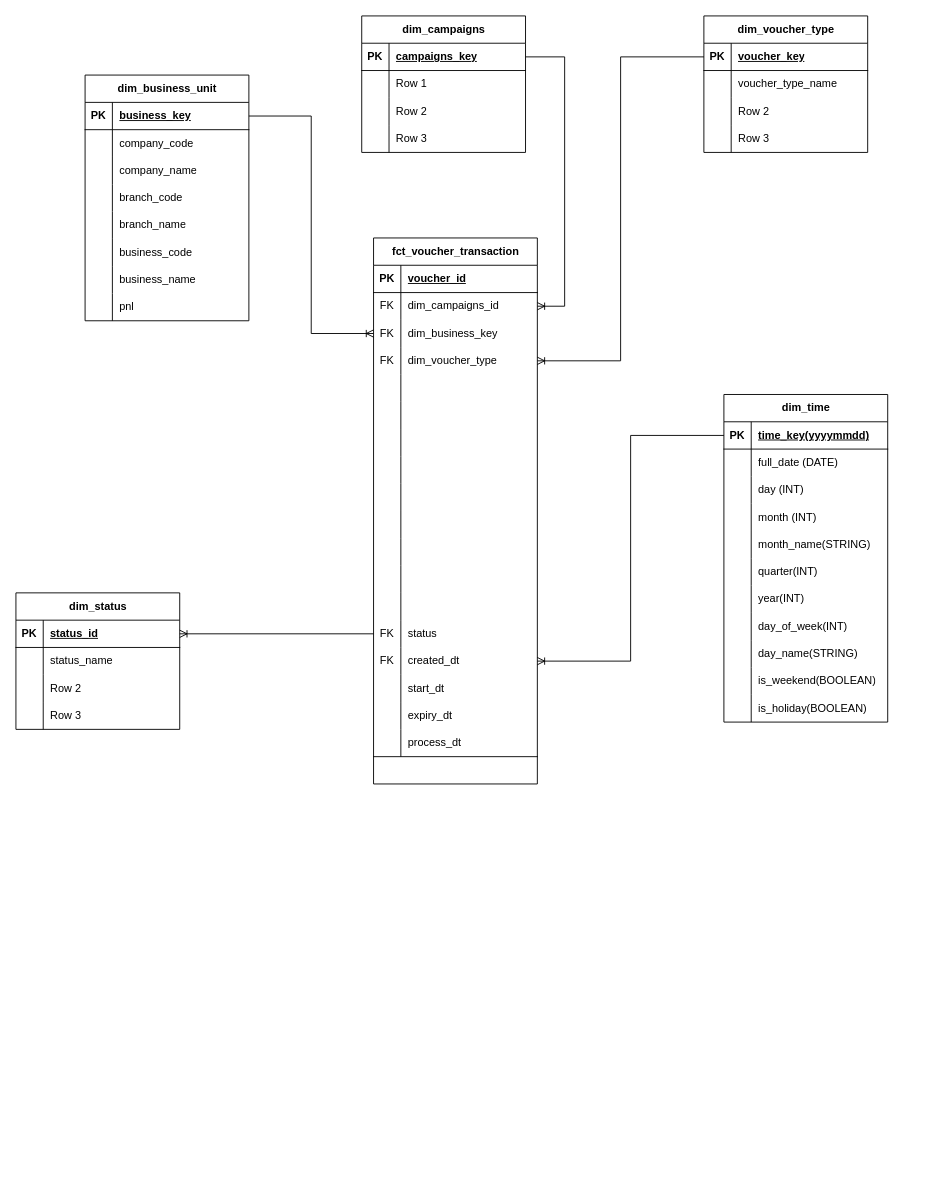
sonnn1505/Studying keeps this draw.io diagram as page "Page-1" (1 of 2) of Untitled Diagram.drawio. Above is the earlier version. Source tidied: cells renumbered, new cells numbered last; positions are measured from the earlier drawing's top-left corner, leaving out a move shared by most shapes. Both pictures are drawn from the tidied source at 91%, with x=0, y=0 at pixel (15, 15).
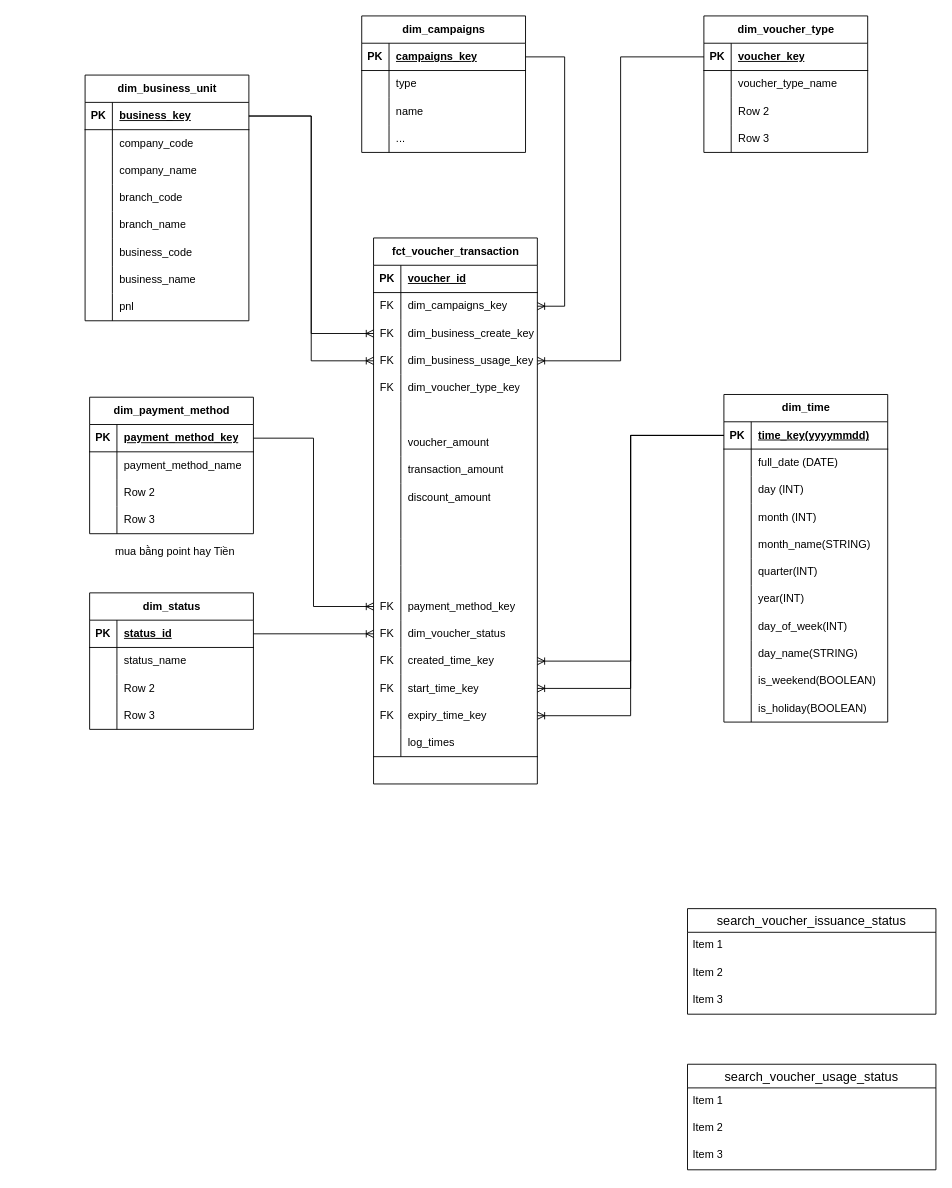
Above is the later version.

Unchanged cells that the change refers to:
```xml
<mxCell id="3" style="shape=tableRow;horizontal=0;startSize=0;swimlaneHead=0;swimlaneBody=0;fillColor=none;points=[[0,0.5],[1,0.5]];portConstraint=eastwest;top=0;left=0;right=0;bottom=1;" parent="2" vertex="1">
  <mxGeometry y="30" width="180" height="30" as="geometry" />
</mxCell>
<mxCell id="40" style="shape=tableRow;horizontal=0;startSize=0;swimlaneHead=0;swimlaneBody=0;fillColor=none;points=[[0,0.5],[1,0.5]];portConstraint=eastwest;top=0;left=0;right=0;bottom=0;" parent="36" vertex="1">
  <mxGeometry y="60" width="180" height="30" as="geometry" />
</mxCell>
<mxCell id="43" style="shape=tableRow;horizontal=0;startSize=0;swimlaneHead=0;swimlaneBody=0;fillColor=none;points=[[0,0.5],[1,0.5]];portConstraint=eastwest;top=0;left=0;right=0;bottom=0;" parent="36" vertex="1">
  <mxGeometry y="90" width="180" height="30" as="geometry" />
</mxCell>
<mxCell id="46" style="shape=tableRow;horizontal=0;startSize=0;swimlaneHead=0;swimlaneBody=0;fillColor=none;points=[[0,0.5],[1,0.5]];portConstraint=eastwest;top=0;left=0;right=0;bottom=0;" parent="36" vertex="1">
  <mxGeometry y="120" width="180" height="30" as="geometry" />
</mxCell>
<mxCell id="49" style="shape=tableRow;horizontal=0;startSize=0;swimlaneHead=0;swimlaneBody=0;fillColor=none;top=0;left=0;right=0;bottom=0;" parent="36" vertex="1">
  <mxGeometry y="150" width="180" height="30" as="geometry" />
</mxCell>
<mxCell id="55" style="shape=tableRow;horizontal=0;startSize=0;swimlaneHead=0;swimlaneBody=0;fillColor=none;top=0;left=0;right=0;bottom=0;" parent="36" vertex="1">
  <mxGeometry y="210" width="180" height="30" as="geometry" />
</mxCell>
<mxCell id="58" style="shape=tableRow;horizontal=0;startSize=0;swimlaneHead=0;swimlaneBody=0;fillColor=none;top=0;left=0;right=0;bottom=0;" parent="36" vertex="1">
  <mxGeometry y="240" width="180" height="30" as="geometry" />
</mxCell>
<mxCell id="61" style="shape=tableRow;horizontal=0;startSize=0;swimlaneHead=0;swimlaneBody=0;fillColor=none;top=0;left=0;right=0;bottom=0;" parent="36" vertex="1">
  <mxGeometry y="270" width="180" height="30" as="geometry" />
</mxCell>
<mxCell id="73" style="shape=tableRow;horizontal=0;startSize=0;swimlaneHead=0;swimlaneBody=0;fillColor=none;points=[[0,0.5],[1,0.5]];portConstraint=eastwest;top=0;left=0;right=0;bottom=0;" parent="36" vertex="1">
  <mxGeometry y="390" width="180" height="30" as="geometry" />
</mxCell>
<mxCell id="76" style="shape=tableRow;horizontal=0;startSize=0;swimlaneHead=0;swimlaneBody=0;fillColor=none;points=[[0,0.5],[1,0.5]];portConstraint=eastwest;top=0;left=0;right=0;bottom=0;" parent="36" vertex="1">
  <mxGeometry y="420" width="180" height="30" as="geometry" />
</mxCell>
<mxCell id="79" style="shape=tableRow;horizontal=0;startSize=0;swimlaneHead=0;swimlaneBody=0;fillColor=none;points=[[0,0.5],[1,0.5]];portConstraint=eastwest;top=0;left=0;right=0;bottom=0;" parent="36" vertex="1">
  <mxGeometry y="450" width="180" height="30" as="geometry" />
</mxCell>
<mxCell id="82" style="shape=tableRow;horizontal=0;startSize=0;swimlaneHead=0;swimlaneBody=0;fillColor=none;points=[[0,0.5],[1,0.5]];portConstraint=eastwest;top=0;left=0;right=0;bottom=0;" parent="36" vertex="1">
  <mxGeometry y="480" width="180" height="30" as="geometry" />
</mxCell>
<mxCell id="85" style="shape=tableRow;horizontal=0;startSize=0;swimlaneHead=0;swimlaneBody=0;fillColor=none;points=[[0,0.5],[1,0.5]];portConstraint=eastwest;top=0;left=0;right=0;bottom=0;" parent="36" vertex="1">
  <mxGeometry y="510" width="180" height="30" as="geometry" />
</mxCell>
<mxCell id="88" style="shape=tableRow;horizontal=0;startSize=0;swimlaneHead=0;swimlaneBody=0;fillColor=none;top=0;left=0;right=0;bottom=1;" parent="36" vertex="1">
  <mxGeometry y="540" width="180" height="30" as="geometry" />
</mxCell>
<mxCell id="95" style="shape=tableRow;horizontal=0;startSize=0;swimlaneHead=0;swimlaneBody=0;fillColor=none;top=0;left=0;right=0;bottom=0;" parent="91" vertex="1">
  <mxGeometry y="60" width="180" height="30" as="geometry" />
</mxCell>
<mxCell id="98" style="shape=tableRow;horizontal=0;startSize=0;swimlaneHead=0;swimlaneBody=0;fillColor=none;top=0;left=0;right=0;bottom=0;" parent="91" vertex="1">
  <mxGeometry y="90" width="180" height="30" as="geometry" />
</mxCell>
<mxCell id="101" style="shape=tableRow;horizontal=0;startSize=0;swimlaneHead=0;swimlaneBody=0;fillColor=none;top=0;left=0;right=0;bottom=0;" parent="91" vertex="1">
  <mxGeometry y="120" width="180" height="30" as="geometry" />
</mxCell>
<mxCell id="105" style="shape=tableRow;horizontal=0;startSize=0;swimlaneHead=0;swimlaneBody=0;fillColor=none;points=[[0,0.5],[1,0.5]];portConstraint=eastwest;top=0;left=0;right=0;bottom=1;" parent="104" vertex="1">
  <mxGeometry y="30" width="180" height="30" as="geometry" />
</mxCell>
<mxCell id="147" style="shape=tableRow;horizontal=0;startSize=0;swimlaneHead=0;swimlaneBody=0;fillColor=none;points=[[0,0.5],[1,0.5]];portConstraint=eastwest;top=0;left=0;right=0;bottom=1;" parent="146" vertex="1">
  <mxGeometry y="30" width="180" height="30" as="geometry" />
</mxCell>
```

Change to the diagram source:
```diff
@@
-    <mxCell id="42" value="dim_campaigns_id" style="shape=partialRectangle;fillColor=none;top=0;left=0;bottom=0;right=0;align=left;spacingLeft=6;overflow=hidden;whiteSpace=wrap;html=1;" parent="40" vertex="1">
+    <mxCell id="42" value="dim_campaigns_key" style="shape=partialRectangle;fillColor=none;top=0;left=0;bottom=0;right=0;align=left;spacingLeft=6;overflow=hidden;whiteSpace=wrap;html=1;" parent="40" vertex="1">
       <mxGeometry x="30" width="150" height="30" as="geometry" />
     </mxCell>
@@
-    <mxCell id="45" value="dim_business_key" style="shape=partialRectangle;fillColor=none;top=0;left=0;bottom=0;right=0;align=left;spacingLeft=6;overflow=hidden;whiteSpace=wrap;html=1;" parent="43" vertex="1">
+    <mxCell id="45" value="dim_business_create_key" style="shape=partialRectangle;fillColor=none;top=0;left=0;bottom=0;right=0;align=left;spacingLeft=6;overflow=hidden;whiteSpace=wrap;html=1;" parent="43" vertex="1">
       <mxGeometry x="30" width="150" height="30" as="geometry" />
     </mxCell>
@@
-    <mxCell id="48" value="dim_voucher_type" style="shape=partialRectangle;fillColor=none;top=0;left=0;bottom=0;right=0;align=left;spacingLeft=6;overflow=hidden;whiteSpace=wrap;html=1;" parent="46" vertex="1">
+    <mxCell id="48" value="dim_business_usage_key" style="shape=partialRectangle;fillColor=none;top=0;left=0;bottom=0;right=0;align=left;spacingLeft=6;overflow=hidden;whiteSpace=wrap;html=1;" parent="46" vertex="1">
       <mxGeometry x="30" width="150" height="30" as="geometry" />
     </mxCell>
@@
-    <mxCell id="50" style="shape=partialRectangle;fillColor=none;top=0;left=0;bottom=0;right=0;overflow=hidden;whiteSpace=wrap;html=1;" parent="49" vertex="1">
+    <mxCell id="50" value="FK" style="shape=partialRectangle;fillColor=none;top=0;left=0;bottom=0;right=0;overflow=hidden;whiteSpace=wrap;html=1;" parent="49" vertex="1">
       <mxGeometry width="30" height="30" as="geometry" />
     </mxCell>
-    <mxCell id="51" style="shape=partialRectangle;fillColor=none;top=0;left=0;bottom=0;right=0;align=left;spacingLeft=6;overflow=hidden;whiteSpace=wrap;html=1;" parent="49" vertex="1">
+    <mxCell id="51" value="dim_voucher_type_key" style="shape=partialRectangle;fillColor=none;top=0;left=0;bottom=0;right=0;align=left;spacingLeft=6;overflow=hidden;whiteSpace=wrap;html=1;" parent="49" vertex="1">
       <mxGeometry x="30" width="150" height="30" as="geometry" />
     </mxCell>
@@
-    <mxCell id="57" style="shape=partialRectangle;fillColor=none;top=0;left=0;bottom=0;right=0;align=left;spacingLeft=6;overflow=hidden;whiteSpace=wrap;html=1;" parent="55" vertex="1">
+    <mxCell id="57" value="voucher_amount" style="shape=partialRectangle;fillColor=none;top=0;left=0;bottom=0;right=0;align=left;spacingLeft=6;overflow=hidden;whiteSpace=wrap;html=1;" parent="55" vertex="1">
       <mxGeometry x="30" width="150" height="30" as="geometry" />
     </mxCell>
@@
-    <mxCell id="60" style="shape=partialRectangle;fillColor=none;top=0;left=0;bottom=0;right=0;align=left;spacingLeft=6;overflow=hidden;whiteSpace=wrap;html=1;" parent="58" vertex="1">
+    <mxCell id="60" value="transaction_amount" style="shape=partialRectangle;fillColor=none;top=0;left=0;bottom=0;right=0;align=left;spacingLeft=6;overflow=hidden;whiteSpace=wrap;html=1;" parent="58" vertex="1">
       <mxGeometry x="30" width="150" height="30" as="geometry" />
     </mxCell>
@@
-    <mxCell id="63" style="shape=partialRectangle;fillColor=none;top=0;left=0;bottom=0;right=0;align=left;spacingLeft=6;overflow=hidden;whiteSpace=wrap;html=1;" parent="61" vertex="1">
+    <mxCell id="63" value="discount_amount" style="shape=partialRectangle;fillColor=none;top=0;left=0;bottom=0;right=0;align=left;spacingLeft=6;overflow=hidden;whiteSpace=wrap;html=1;" parent="61" vertex="1">
       <mxGeometry x="30" width="150" height="30" as="geometry" />
     </mxCell>
@@
-    <mxCell id="74" style="shape=partialRectangle;fillColor=none;top=0;left=0;bottom=0;right=0;overflow=hidden;whiteSpace=wrap;html=1;" parent="73" vertex="1">
+    <mxCell id="74" value="FK" style="shape=partialRectangle;fillColor=none;top=0;left=0;bottom=0;right=0;overflow=hidden;whiteSpace=wrap;html=1;" parent="73" vertex="1">
       <mxGeometry width="30" height="30" as="geometry" />
     </mxCell>
-    <mxCell id="75" style="shape=partialRectangle;fillColor=none;top=0;left=0;bottom=0;right=0;align=left;spacingLeft=6;overflow=hidden;whiteSpace=wrap;html=1;" parent="73" vertex="1">
+    <mxCell id="75" value="payment_method_key" style="shape=partialRectangle;fillColor=none;top=0;left=0;bottom=0;right=0;align=left;spacingLeft=6;overflow=hidden;whiteSpace=wrap;html=1;" parent="73" vertex="1">
       <mxGeometry x="30" width="150" height="30" as="geometry" />
     </mxCell>
@@
-    <mxCell id="78" value="status" style="shape=partialRectangle;fillColor=none;top=0;left=0;bottom=0;right=0;align=left;spacingLeft=6;overflow=hidden;whiteSpace=wrap;html=1;" parent="76" vertex="1">
+    <mxCell id="78" value="dim_voucher_status" style="shape=partialRectangle;fillColor=none;top=0;left=0;bottom=0;right=0;align=left;spacingLeft=6;overflow=hidden;whiteSpace=wrap;html=1;" parent="76" vertex="1">
       <mxGeometry x="30" width="150" height="30" as="geometry" />
     </mxCell>
@@
-    <mxCell id="81" value="created_dt" style="shape=partialRectangle;fillColor=none;top=0;left=0;bottom=0;right=0;align=left;spacingLeft=6;overflow=hidden;whiteSpace=wrap;html=1;" parent="79" vertex="1">
+    <mxCell id="81" value="created_time_key" style="shape=partialRectangle;fillColor=none;top=0;left=0;bottom=0;right=0;align=left;spacingLeft=6;overflow=hidden;whiteSpace=wrap;html=1;" parent="79" vertex="1">
       <mxGeometry x="30" width="150" height="30" as="geometry" />
     </mxCell>
@@
-    <mxCell id="83" style="shape=partialRectangle;fillColor=none;top=0;left=0;bottom=0;right=0;overflow=hidden;whiteSpace=wrap;html=1;" parent="82" vertex="1">
+    <mxCell id="83" value="FK" style="shape=partialRectangle;fillColor=none;top=0;left=0;bottom=0;right=0;overflow=hidden;whiteSpace=wrap;html=1;" parent="82" vertex="1">
       <mxGeometry width="30" height="30" as="geometry" />
     </mxCell>
-    <mxCell id="84" value="start_dt" style="shape=partialRectangle;fillColor=none;top=0;left=0;bottom=0;right=0;align=left;spacingLeft=6;overflow=hidden;whiteSpace=wrap;html=1;" parent="82" vertex="1">
+    <mxCell id="84" value="start_time_key" style="shape=partialRectangle;fillColor=none;top=0;left=0;bottom=0;right=0;align=left;spacingLeft=6;overflow=hidden;whiteSpace=wrap;html=1;" parent="82" vertex="1">
       <mxGeometry x="30" width="150" height="30" as="geometry" />
     </mxCell>
@@
-    <mxCell id="86" style="shape=partialRectangle;fillColor=none;top=0;left=0;bottom=0;right=0;overflow=hidden;whiteSpace=wrap;html=1;" parent="85" vertex="1">
+    <mxCell id="86" value="FK" style="shape=partialRectangle;fillColor=none;top=0;left=0;bottom=0;right=0;overflow=hidden;whiteSpace=wrap;html=1;" parent="85" vertex="1">
       <mxGeometry width="30" height="30" as="geometry" />
     </mxCell>
-    <mxCell id="87" value="expiry_dt" style="shape=partialRectangle;fillColor=none;top=0;left=0;bottom=0;right=0;align=left;spacingLeft=6;overflow=hidden;whiteSpace=wrap;html=1;" parent="85" vertex="1">
+    <mxCell id="87" value="expiry_time_key" style="shape=partialRectangle;fillColor=none;top=0;left=0;bottom=0;right=0;align=left;spacingLeft=6;overflow=hidden;whiteSpace=wrap;html=1;" parent="85" vertex="1">
       <mxGeometry x="30" width="150" height="30" as="geometry" />
     </mxCell>
@@
-    <mxCell id="90" value="process_dt" style="shape=partialRectangle;fillColor=none;top=0;left=0;bottom=0;right=0;align=left;spacingLeft=6;fontStyle=0;overflow=hidden;whiteSpace=wrap;html=1;" parent="88" vertex="1">
+    <mxCell id="90" value="log_times" style="shape=partialRectangle;fillColor=none;top=0;left=0;bottom=0;right=0;align=left;spacingLeft=6;fontStyle=0;overflow=hidden;whiteSpace=wrap;html=1;" parent="88" vertex="1">
       <mxGeometry x="30" width="150" height="30" as="geometry" />
     </mxCell>
@@
-    <mxCell id="97" value="Row 1" style="shape=partialRectangle;fillColor=none;top=0;left=0;bottom=0;right=0;align=left;spacingLeft=6;overflow=hidden;whiteSpace=wrap;html=1;" parent="95" vertex="1">
+    <mxCell id="97" value="type" style="shape=partialRectangle;fillColor=none;top=0;left=0;bottom=0;right=0;align=left;spacingLeft=6;overflow=hidden;whiteSpace=wrap;html=1;" parent="95" vertex="1">
       <mxGeometry x="30" width="150" height="30" as="geometry" />
     </mxCell>
@@
-    <mxCell id="100" value="Row 2" style="shape=partialRectangle;fillColor=none;top=0;left=0;bottom=0;right=0;align=left;spacingLeft=6;overflow=hidden;whiteSpace=wrap;html=1;" parent="98" vertex="1">
+    <mxCell id="100" value="name" style="shape=partialRectangle;fillColor=none;top=0;left=0;bottom=0;right=0;align=left;spacingLeft=6;overflow=hidden;whiteSpace=wrap;html=1;" parent="98" vertex="1">
       <mxGeometry x="30" width="150" height="30" as="geometry" />
     </mxCell>
@@
-    <mxCell id="103" value="Row 3" style="shape=partialRectangle;fillColor=none;top=0;left=0;bottom=0;right=0;align=left;spacingLeft=6;overflow=hidden;whiteSpace=wrap;html=1;" parent="101" vertex="1">
+    <mxCell id="103" value="..." style="shape=partialRectangle;fillColor=none;top=0;left=0;bottom=0;right=0;align=left;spacingLeft=6;overflow=hidden;whiteSpace=wrap;html=1;" parent="101" vertex="1">
       <mxGeometry x="30" width="150" height="30" as="geometry" />
     </mxCell>
@@
     <mxCell id="146" value="dim_status" style="shape=table;startSize=30;childLayout=tableLayout;rowLines=0;fontStyle=1;align=center;html=1;" parent="1" vertex="1">
-      <mxGeometry y="634" width="180" height="150" as="geometry" />
+      <mxGeometry x="81" y="634" width="180" height="150" as="geometry" />
     </mxCell>
@@
-    <mxCell id="159" style="edgeStyle=orthogonalEdgeStyle;fontSize=12;html=1;endArrow=ERoneToMany;rounded=0;strokeColor=default;curved=0;" parent="1" edge="1" source="76" target="147">
+    <mxCell id="159" style="edgeStyle=orthogonalEdgeStyle;fontSize=12;html=1;endArrow=ERoneToMany;rounded=0;strokeColor=default;curved=0;" parent="1" edge="1" source="147" target="76">
       <mxGeometry relative="1" as="geometry" />
     </mxCell>
+    <mxCell id="160" style="edgeStyle=orthogonalEdgeStyle;fontSize=12;html=1;endArrow=ERoneToMany;rounded=0;strokeColor=default;curved=0;" parent="1" edge="1" source="3" target="82">
+      <mxGeometry relative="1" as="geometry" />
+    </mxCell>
+    <mxCell id="161" style="edgeStyle=orthogonalEdgeStyle;fontSize=12;html=1;endArrow=ERoneToMany;rounded=0;strokeColor=default;curved=0;" parent="1" edge="1" source="3" target="85">
+      <mxGeometry relative="1" as="geometry" />
+    </mxCell>
+    <mxCell id="162" value="dim_payment_method" style="shape=table;startSize=30;childLayout=tableLayout;rowLines=0;fontStyle=1;align=center;html=1;" parent="1" vertex="1">
+      <mxGeometry x="81" y="419" width="180" height="150" as="geometry" />
+    </mxCell>
+    <mxCell id="163" style="shape=tableRow;horizontal=0;startSize=0;swimlaneHead=0;swimlaneBody=0;fillColor=none;points=[[0,0.5],[1,0.5]];portConstraint=eastwest;top=0;left=0;right=0;bottom=1;" parent="162" vertex="1">
+      <mxGeometry y="30" width="180" height="30" as="geometry" />
+    </mxCell>
+    <mxCell id="164" value="PK" style="shape=partialRectangle;fillColor=none;top=0;left=0;bottom=0;right=0;fontStyle=1;overflow=hidden;whiteSpace=wrap;html=1;" parent="163" vertex="1">
+      <mxGeometry width="30" height="30" as="geometry" />
+    </mxCell>
+    <mxCell id="165" value="payment_method_key" style="shape=partialRectangle;fillColor=none;top=0;left=0;bottom=0;right=0;align=left;spacingLeft=6;fontStyle=5;overflow=hidden;whiteSpace=wrap;html=1;" parent="163" vertex="1">
+      <mxGeometry x="30" width="150" height="30" as="geometry" />
+    </mxCell>
+    <mxCell id="166" style="shape=tableRow;horizontal=0;startSize=0;swimlaneHead=0;swimlaneBody=0;fillColor=none;top=0;left=0;right=0;bottom=0;" parent="162" vertex="1">
+      <mxGeometry y="60" width="180" height="30" as="geometry" />
+    </mxCell>
+    <mxCell id="167" style="shape=partialRectangle;fillColor=none;top=0;left=0;bottom=0;right=0;overflow=hidden;whiteSpace=wrap;html=1;" parent="166" vertex="1">
+      <mxGeometry width="30" height="30" as="geometry" />
+    </mxCell>
+    <mxCell id="168" value="payment_method_name" style="shape=partialRectangle;fillColor=none;top=0;left=0;bottom=0;right=0;align=left;spacingLeft=6;overflow=hidden;whiteSpace=wrap;html=1;" parent="166" vertex="1">
+      <mxGeometry x="30" width="150" height="30" as="geometry" />
+    </mxCell>
+    <mxCell id="169" style="shape=tableRow;horizontal=0;startSize=0;swimlaneHead=0;swimlaneBody=0;fillColor=none;top=0;left=0;right=0;bottom=0;" parent="162" vertex="1">
+      <mxGeometry y="90" width="180" height="30" as="geometry" />
+    </mxCell>
+    <mxCell id="170" style="shape=partialRectangle;fillColor=none;top=0;left=0;bottom=0;right=0;overflow=hidden;whiteSpace=wrap;html=1;" parent="169" vertex="1">
+      <mxGeometry width="30" height="30" as="geometry" />
+    </mxCell>
+    <mxCell id="171" value="Row 2" style="shape=partialRectangle;fillColor=none;top=0;left=0;bottom=0;right=0;align=left;spacingLeft=6;overflow=hidden;whiteSpace=wrap;html=1;" parent="169" vertex="1">
+      <mxGeometry x="30" width="150" height="30" as="geometry" />
+    </mxCell>
+    <mxCell id="172" style="shape=tableRow;horizontal=0;startSize=0;swimlaneHead=0;swimlaneBody=0;fillColor=none;top=0;left=0;right=0;bottom=0;" parent="162" vertex="1">
+      <mxGeometry y="120" width="180" height="30" as="geometry" />
+    </mxCell>
+    <mxCell id="173" style="shape=partialRectangle;fillColor=none;top=0;left=0;bottom=0;right=0;overflow=hidden;whiteSpace=wrap;html=1;" parent="172" vertex="1">
+      <mxGeometry width="30" height="30" as="geometry" />
+    </mxCell>
+    <mxCell id="174" value="Row 3" style="shape=partialRectangle;fillColor=none;top=0;left=0;bottom=0;right=0;align=left;spacingLeft=6;overflow=hidden;whiteSpace=wrap;html=1;" parent="172" vertex="1">
+      <mxGeometry x="30" width="150" height="30" as="geometry" />
+    </mxCell>
+    <mxCell id="175" style="edgeStyle=orthogonalEdgeStyle;fontSize=12;html=1;endArrow=ERoneToMany;rounded=0;strokeColor=default;curved=0;" parent="1" edge="1" source="163" target="73">
+      <mxGeometry relative="1" as="geometry" />
+    </mxCell>
+    <mxCell id="176" value="mua bằng point hay Tiền" style="text;html=1;align=center;verticalAlign=middle;whiteSpace=wrap;rounded=0;" parent="1" vertex="1">
+      <mxGeometry x="97" y="574" width="156" height="30" as="geometry" />
+    </mxCell>
+    <mxCell id="177" style="edgeStyle=orthogonalEdgeStyle;fontSize=12;html=1;endArrow=ERoneToMany;rounded=0;strokeColor=default;entryX=0;entryY=0.5;entryDx=0;entryDy=0;" parent="1" edge="1" source="105" target="46">
+      <mxGeometry relative="1" as="geometry" />
+    </mxCell>
+    <mxCell id="178" value="search_voucher_issuance_status" style="swimlane;fontStyle=0;horizontal=1;startSize=26;align=center;fontSize=14;" parent="1" vertex="1">
+      <mxGeometry x="738" y="981" width="273" height="116" as="geometry" />
+    </mxCell>
+    <mxCell id="179" value="Item 1" style="text;strokeColor=none;fillColor=none;spacingLeft=4;spacingRight=4;overflow=hidden;fontSize=12;whiteSpace=wrap;html=1;" parent="178" vertex="1">
+      <mxGeometry y="26" width="273" height="30" as="geometry" />
+    </mxCell>
+    <mxCell id="180" value="Item 2" style="text;strokeColor=none;fillColor=none;spacingLeft=4;spacingRight=4;overflow=hidden;fontSize=12;whiteSpace=wrap;html=1;" parent="178" vertex="1">
+      <mxGeometry y="56" width="273" height="30" as="geometry" />
+    </mxCell>
+    <mxCell id="181" value="Item 3" style="text;strokeColor=none;fillColor=none;spacingLeft=4;spacingRight=4;overflow=hidden;fontSize=12;whiteSpace=wrap;html=1;" parent="178" vertex="1">
+      <mxGeometry y="86" width="273" height="30" as="geometry" />
+    </mxCell>
+    <mxCell id="182" value="search_voucher_usage_status" style="swimlane;fontStyle=0;horizontal=1;startSize=26;align=center;fontSize=14;" parent="1" vertex="1">
+      <mxGeometry x="738" y="1152" width="273" height="116" as="geometry" />
+    </mxCell>
+    <mxCell id="183" value="Item 1" style="text;strokeColor=none;fillColor=none;spacingLeft=4;spacingRight=4;overflow=hidden;fontSize=12;whiteSpace=wrap;html=1;" parent="182" vertex="1">
+      <mxGeometry y="26" width="273" height="30" as="geometry" />
+    </mxCell>
+    <mxCell id="184" value="Item 2" style="text;strokeColor=none;fillColor=none;spacingLeft=4;spacingRight=4;overflow=hidden;fontSize=12;whiteSpace=wrap;html=1;" parent="182" vertex="1">
+      <mxGeometry y="56" width="273" height="30" as="geometry" />
+    </mxCell>
+    <mxCell id="185" value="Item 3" style="text;strokeColor=none;fillColor=none;spacingLeft=4;spacingRight=4;overflow=hidden;fontSize=12;whiteSpace=wrap;html=1;" parent="182" vertex="1">
+      <mxGeometry y="86" width="273" height="30" as="geometry" />
+    </mxCell>
```
